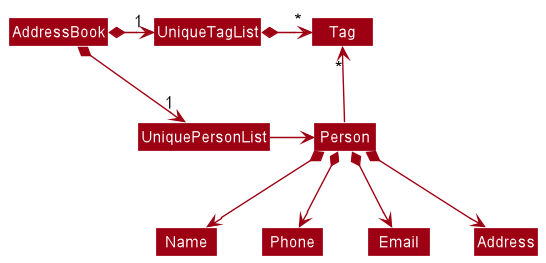
nus-cs2103-AY2122S1/tp keeps this PlantUML diagram as docs/images/BetterModelClassDiagram.png. Above is the earlier version.
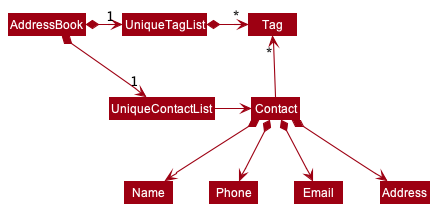
Later version of the same file.

Change to the diagram source:
```diff
@@ -4,18 +4,18 @@
 skinparam arrowColor MODEL_COLOR
 skinparam classBackgroundColor MODEL_COLOR
 
-AddressBook *-right-> "1" UniquePersonList
+AddressBook *-right-> "1" UniqueContactList
 AddressBook *-right-> "1" UniqueTagList
-UniqueTagList -[hidden]down- UniquePersonList
-UniqueTagList -[hidden]down- UniquePersonList
+UniqueTagList -[hidden]down- UniqueContactList
+UniqueTagList -[hidden]down- UniqueContactList
 
 UniqueTagList *-right-> "*" Tag
-UniquePersonList -right-> Person
+UniqueContactList -right-> Contact
 
-Person -up-> "*" Tag
+Contact -up-> "*" Tag
 
-Person *--> Name
-Person *--> Phone
-Person *--> Email
-Person *--> Address
+Contact *--> Name
+Contact *--> Phone
+Contact *--> Email
+Contact *--> Address
 @enduml
```
